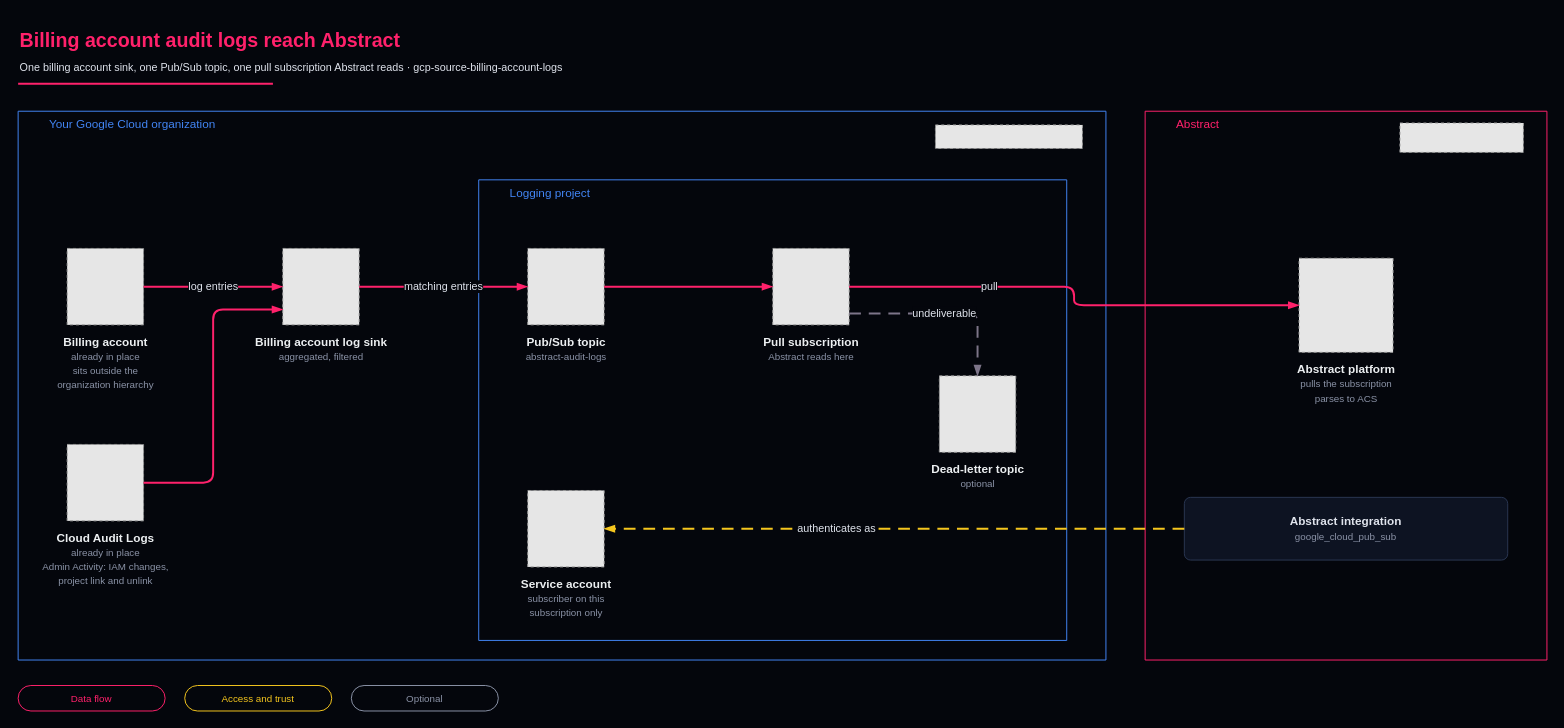
Before: templates/gcp/gcp-source-billing-account-logs/diagram.drawio in IamABS3C/abstract-cloud-templates, a draw.io diagram. Source tidied: cells renumbered, new cells numbered last; positions are measured from the earlier drawing's top-left corner, leaving out a move shared by most shapes. Both pictures are drawn from the tidied source at 98%, with x=0, y=0 at pixel (18, 17). Pictures stored in the file or linked from it are replaced by grey dashed boxes.
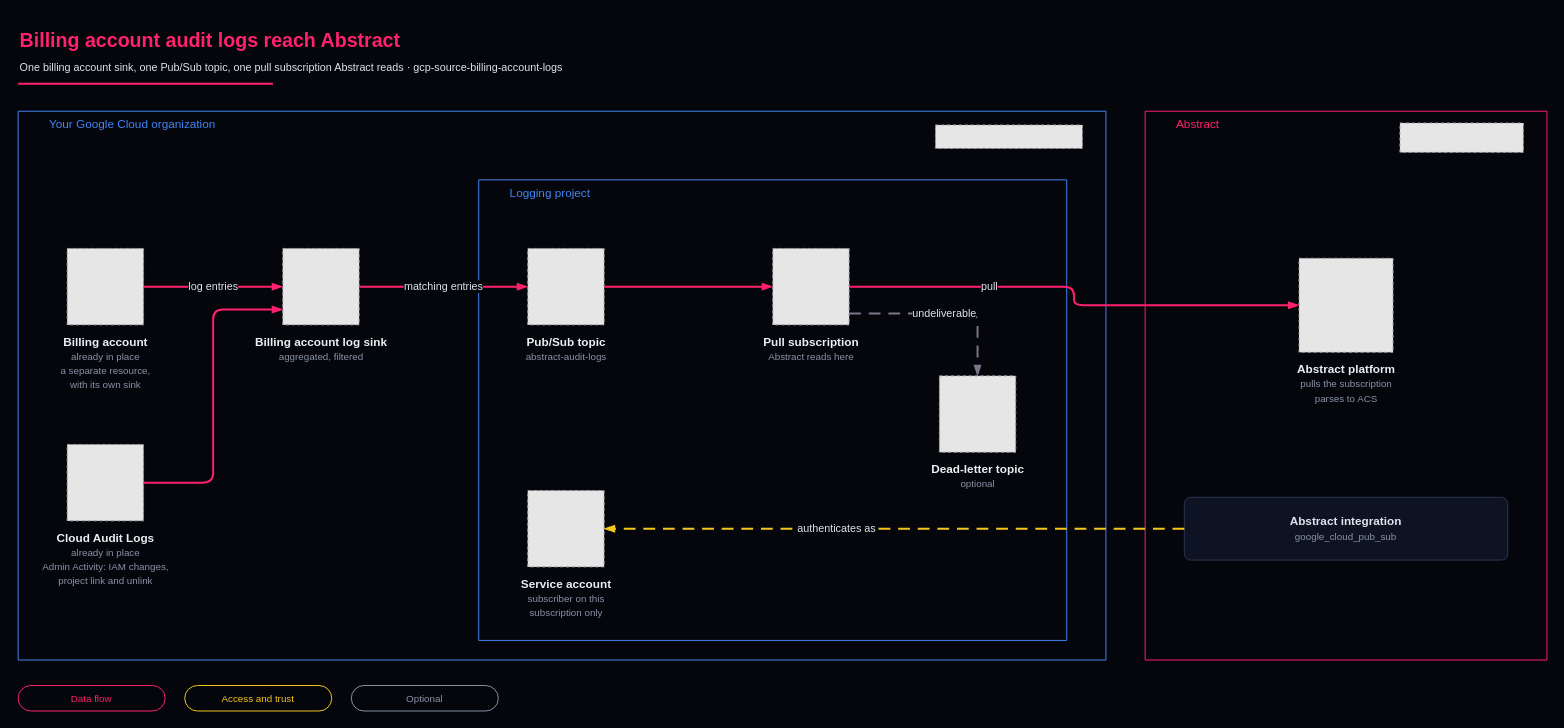
The same diagram, later.

Unchanged cells that the change refers to:
```xml
<mxCell id="2" value="Your Google Cloud organization" style="gradientColor=none;html=1;whiteSpace=wrap;fontSize=12;fontStyle=0;shape=mxgraph.aws4.group;grStroke=1;strokeColor=#4285F4;fillColor=none;verticalAlign=top;fontColor=#4285F4;align=left;spacingLeft=30;" parent="1" vertex="1">
  <mxGeometry y="96" width="1110" height="560" as="geometry" />
</mxCell>
```

Change to the diagram source:
```diff
@@
-    <mxCell id="8" value="&lt;b&gt;Billing account&lt;/b&gt;&lt;br&gt;&lt;span style='font-size:10px;color:#8b93a7'&gt;already in place&lt;br&gt;sits outside the&lt;br&gt;organization hierarchy&lt;/span&gt;" style="fillColor=#E6E6E6;strokeColor=#999999;dashed=1;html=1;verticalLabelPosition=bottom;verticalAlign=top;align=center;fontColor=#ECEFF1;fontSize=12;fontFamily=Barlow;spacingTop=4;" parent="2" vertex="1">
+    <mxCell id="8" value="&lt;b&gt;Billing account&lt;/b&gt;&lt;br&gt;&lt;span style='font-size:10px;color:#8b93a7'&gt;already in place&lt;br&gt;a separate resource,&lt;br&gt;with its own sink&lt;/span&gt;" style="fillColor=#E6E6E6;strokeColor=#999999;dashed=1;html=1;verticalLabelPosition=bottom;verticalAlign=top;align=center;fontColor=#ECEFF1;fontSize=12;fontFamily=Barlow;spacingTop=4;" parent="2" vertex="1">
       <mxGeometry x="50" y="140" width="78" height="78" as="geometry" />
     </mxCell>
```
